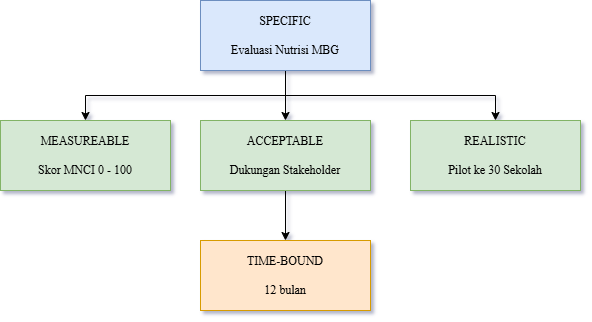
Above: SMART.drawio.png in RilSteel/graph (draw.io), before the change. Source tidied: cells renumbered, new cells last; positions are measured from the earlier drawing's top-left corner, leaving out a move shared by most shapes.
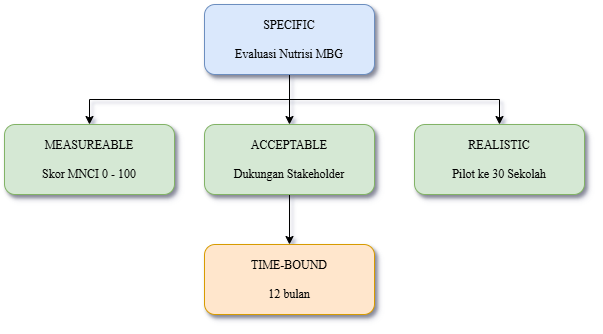
Later version of the same file.

Change to the diagram source:
```diff
@@ -11,22 +11,22 @@
     <mxCell id="4" style="edgeStyle=orthogonalEdgeStyle;rounded=0;jettySize=auto;html=1;exitX=0.5;exitY=1;exitDx=0;exitDy=0;" parent="1" edge="1" source="5" target="6">
       <mxGeometry relative="1" as="geometry" />
     </mxCell>
-    <mxCell id="5" value="&lt;font face=&quot;Times New Roman&quot;&gt;SPECIFIC&lt;/font&gt;&lt;div&gt;&lt;font face=&quot;Times New Roman&quot;&gt;&lt;br&gt;&lt;/font&gt;&lt;div&gt;&lt;font face=&quot;Times New Roman&quot;&gt;Evaluasi Nutrisi MBG&lt;/font&gt;&lt;/div&gt;&lt;/div&gt;" style="rounded=0;whiteSpace=wrap;html=1;fillColor=#dae8fc;strokeColor=#6c8ebf;" parent="1" vertex="1">
+    <mxCell id="5" value="&lt;font face=&quot;Times New Roman&quot;&gt;SPECIFIC&lt;/font&gt;&lt;div&gt;&lt;font face=&quot;Times New Roman&quot;&gt;&lt;br&gt;&lt;/font&gt;&lt;div&gt;&lt;font face=&quot;Times New Roman&quot;&gt;Evaluasi Nutrisi MBG&lt;/font&gt;&lt;/div&gt;&lt;/div&gt;" style="rounded=1;whiteSpace=wrap;html=1;fillColor=#dae8fc;strokeColor=#6c8ebf;shadow=1;" parent="1" vertex="1">
       <mxGeometry x="200" width="170" height="70" as="geometry" />
     </mxCell>
-    <mxCell id="6" value="&lt;font face=&quot;Times New Roman&quot;&gt;REALISTIC&lt;/font&gt;&lt;br&gt;&lt;div&gt;&lt;font face=&quot;Times New Roman&quot;&gt;&lt;br&gt;&lt;/font&gt;&lt;div&gt;&lt;font face=&quot;Times New Roman&quot;&gt;Pilot ke 30 Sekolah&lt;/font&gt;&lt;/div&gt;&lt;/div&gt;" style="rounded=0;whiteSpace=wrap;html=1;fillColor=#d5e8d4;strokeColor=#82b366;" parent="1" vertex="1">
+    <mxCell id="6" value="&lt;font face=&quot;Times New Roman&quot;&gt;REALISTIC&lt;/font&gt;&lt;br&gt;&lt;div&gt;&lt;font face=&quot;Times New Roman&quot;&gt;&lt;br&gt;&lt;/font&gt;&lt;div&gt;&lt;font face=&quot;Times New Roman&quot;&gt;Pilot ke 30 Sekolah&lt;/font&gt;&lt;/div&gt;&lt;/div&gt;" style="rounded=1;whiteSpace=wrap;html=1;fillColor=#d5e8d4;strokeColor=#82b366;glass=0;shadow=1;" parent="1" vertex="1">
       <mxGeometry x="410" y="120" width="170" height="70" as="geometry" />
     </mxCell>
     <mxCell id="7" style="edgeStyle=orthogonalEdgeStyle;rounded=0;jettySize=auto;html=1;entryX=0.5;entryY=0;entryDx=0;entryDy=0;" parent="1" edge="1" source="8" target="10">
       <mxGeometry relative="1" as="geometry" />
     </mxCell>
-    <mxCell id="8" value="&lt;font face=&quot;Times New Roman&quot;&gt;ACCEPTABLE&lt;/font&gt;&lt;br&gt;&lt;div&gt;&lt;font face=&quot;Times New Roman&quot;&gt;&lt;br&gt;&lt;/font&gt;&lt;div&gt;&lt;font face=&quot;Times New Roman&quot;&gt;Dukungan Stakeholder&lt;/font&gt;&lt;/div&gt;&lt;/div&gt;" style="rounded=0;whiteSpace=wrap;html=1;fillColor=#d5e8d4;strokeColor=#82b366;" parent="1" vertex="1">
+    <mxCell id="8" value="&lt;font face=&quot;Times New Roman&quot;&gt;ACCEPTABLE&lt;/font&gt;&lt;br&gt;&lt;div&gt;&lt;font face=&quot;Times New Roman&quot;&gt;&lt;br&gt;&lt;/font&gt;&lt;div&gt;&lt;font face=&quot;Times New Roman&quot;&gt;Dukungan Stakeholder&lt;/font&gt;&lt;/div&gt;&lt;/div&gt;" style="rounded=1;whiteSpace=wrap;html=1;fillColor=#d5e8d4;strokeColor=#82b366;glass=0;shadow=1;" parent="1" vertex="1">
       <mxGeometry x="200" y="120" width="170" height="70" as="geometry" />
     </mxCell>
-    <mxCell id="9" value="&lt;font face=&quot;Times New Roman&quot;&gt;MEASUREABLE&lt;br&gt;&lt;br&gt;Skor MNCI 0 - 100&lt;/font&gt;" style="rounded=0;whiteSpace=wrap;html=1;fillColor=#d5e8d4;strokeColor=#82b366;" parent="1" vertex="1">
+    <mxCell id="9" value="&lt;font face=&quot;Times New Roman&quot;&gt;MEASUREABLE&lt;br&gt;&lt;br&gt;Skor MNCI 0 - 100&lt;/font&gt;" style="rounded=1;whiteSpace=wrap;html=1;fillColor=#d5e8d4;strokeColor=#82b366;shadow=1;" parent="1" vertex="1">
       <mxGeometry y="120" width="170" height="70" as="geometry" />
     </mxCell>
-    <mxCell id="10" value="&lt;font face=&quot;Times New Roman&quot;&gt;TIME-BOUND&lt;br&gt;&lt;br&gt;12 bulan&lt;/font&gt;" style="rounded=0;whiteSpace=wrap;html=1;fillColor=#ffe6cc;strokeColor=#d79b00;" parent="1" vertex="1">
+    <mxCell id="10" value="&lt;font face=&quot;Times New Roman&quot;&gt;TIME-BOUND&lt;br&gt;&lt;br&gt;12 bulan&lt;/font&gt;" style="rounded=1;whiteSpace=wrap;html=1;fillColor=#ffe6cc;strokeColor=#d79b00;glass=0;shadow=1;" parent="1" vertex="1">
       <mxGeometry x="200" y="240" width="170" height="70" as="geometry" />
     </mxCell>
   </root>
```
